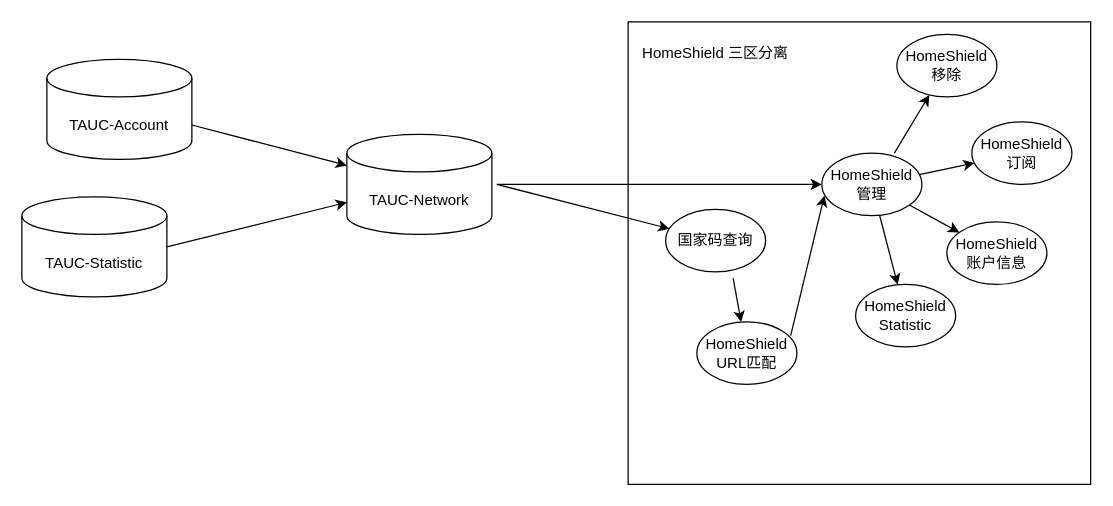
Before: 未命名绘图.drawio in Dntls/Book, a draw.io diagram. Source tidied: cells renumbered, new cells numbered last; positions are measured from the earlier drawing's top-left corner, leaving out a move shared by most shapes. Both pictures are drawn from the tidied source at 125%, with x=0, y=0 at pixel (21, 21).
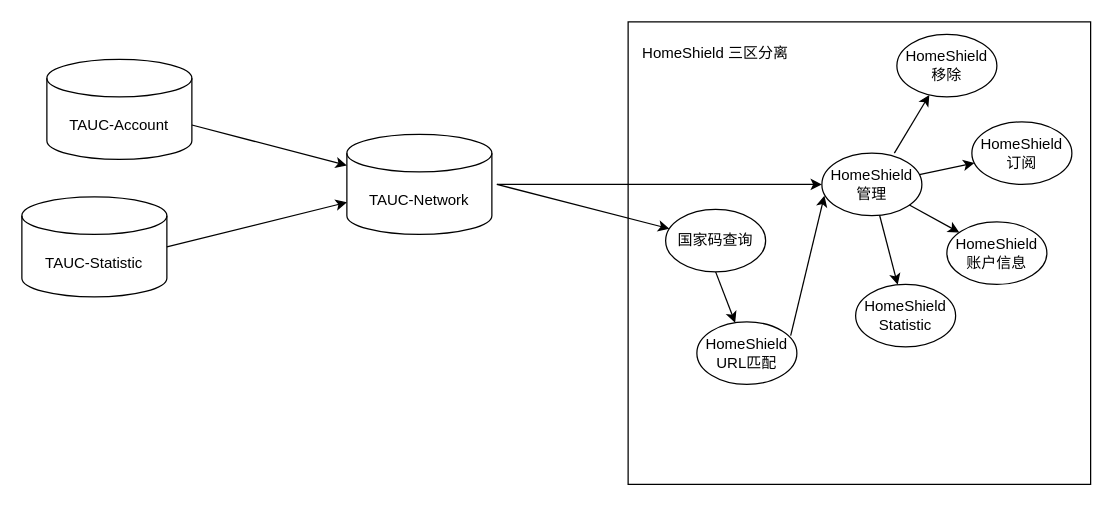
Above is the later version.

Unchanged cells that the change refers to:
```xml
<mxCell id="10" value="HomeShield URL匹配" style="ellipse;whiteSpace=wrap;html=1;" parent="1" vertex="1">
  <mxGeometry x="540" y="240" width="80" height="50" as="geometry" />
</mxCell>
<mxCell id="11" value="国家码查询" style="ellipse;whiteSpace=wrap;html=1;" parent="1" vertex="1">
  <mxGeometry x="515" y="150" width="80" height="50" as="geometry" />
</mxCell>
```

Change to the diagram source:
```diff
@@
-    <mxCell id="4" style="whiteSpace=wrap;html=1;" parent="1" vertex="1">
+    <mxCell id="4" style="whiteSpace=wrap;html=1;fillColor=none;" parent="1" vertex="1">
       <mxGeometry x="485" width="370" height="370" as="geometry" />
     </mxCell>
@@
-    <mxCell id="13" style="endArrow=classic;html=1;rounded=0;exitX=0.675;exitY=1.1;exitDx=0;exitDy=0;exitPerimeter=0;" parent="1" edge="1" source="11" target="10">
+    <mxCell id="13" style="endArrow=classic;html=1;rounded=0;exitX=0.5;exitY=1;exitDx=0;exitDy=0;" parent="1" edge="1" source="11" target="10">
       <mxGeometry relative="1" as="geometry" />
     </mxCell>
```
